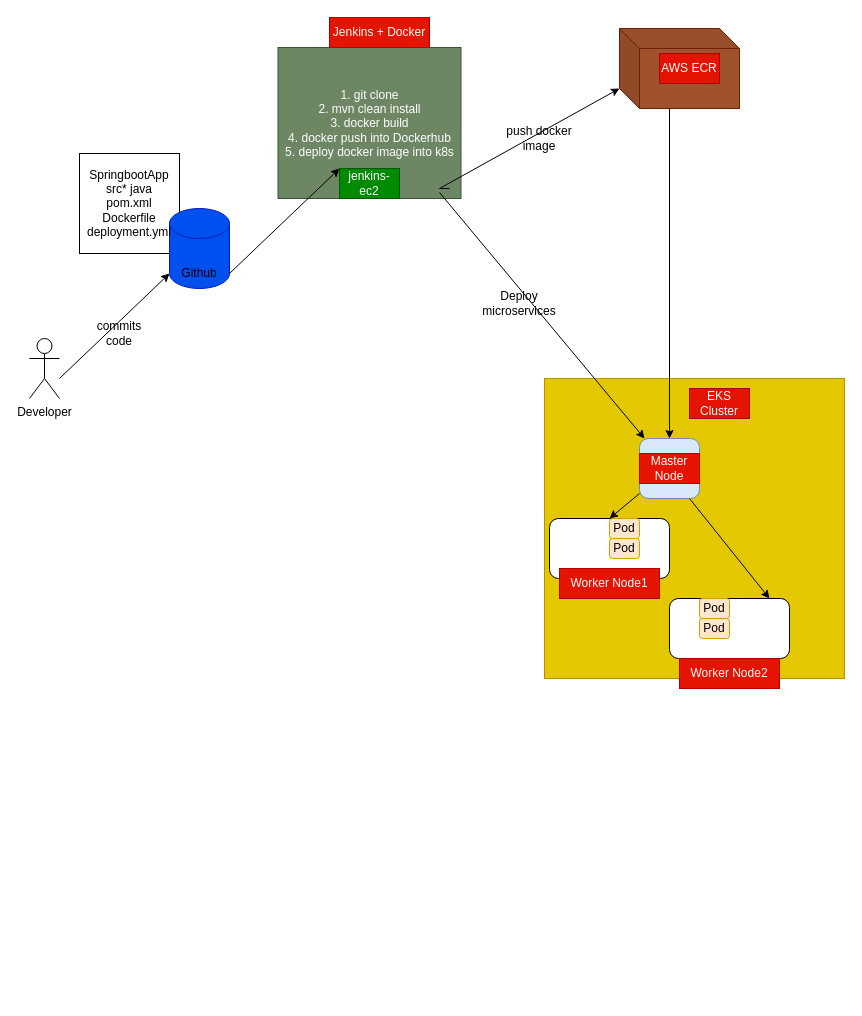
Before: Untitled Diagram.drawio in ticlacalvin/springboot-app-deploy, a draw.io diagram. Source tidied: cells renumbered, new cells numbered last; positions are measured from the earlier drawing's top-left corner, leaving out a move shared by most shapes. Both pictures are drawn from the tidied source at 100%, with x=0, y=0 at pixel (29, 17).
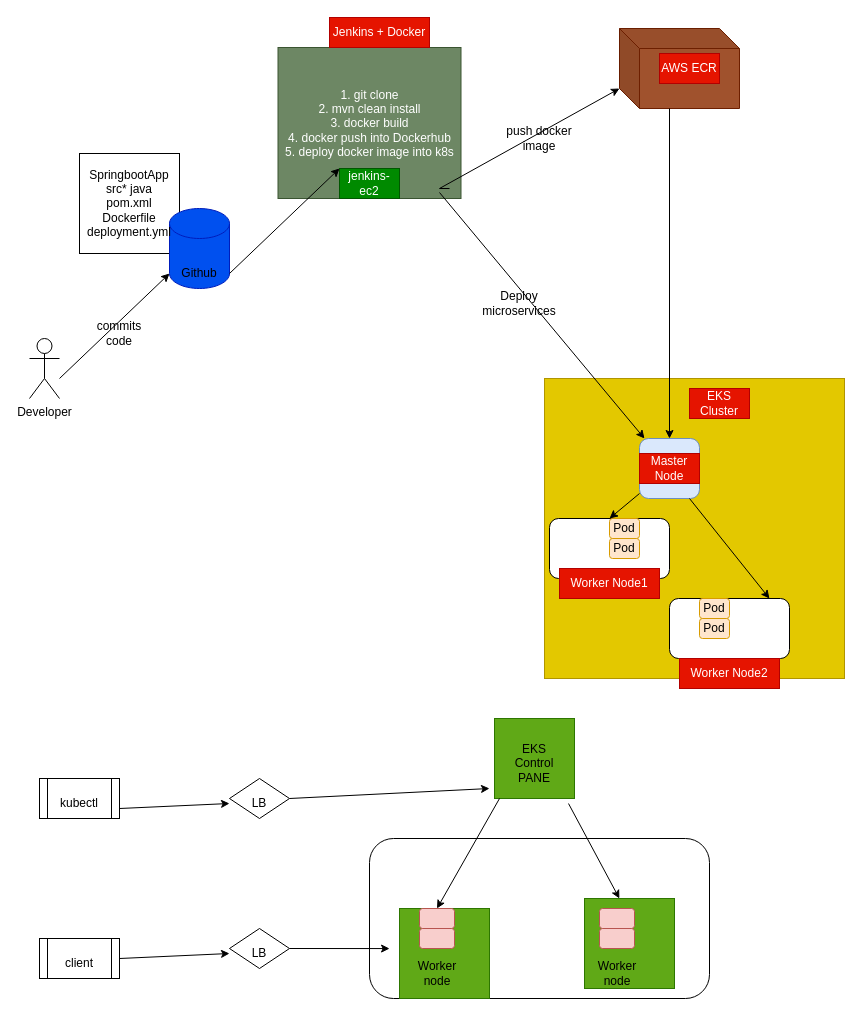
The same diagram, later.

Change to the diagram source:
```diff
@@
+    <mxCell id="34" style="rounded=1;whiteSpace=wrap;html=1;" parent="1" vertex="1">
+      <mxGeometry x="340" y="821" width="340" height="160" as="geometry" />
+    </mxCell>
@@
+    <mxCell id="35" style="whiteSpace=wrap;html=1;fillColor=#60a917;fontColor=#ffffff;strokeColor=#2D7600;" parent="1" vertex="1">
+      <mxGeometry x="465" y="701" width="80" height="80" as="geometry" />
+    </mxCell>
+    <mxCell id="36" style="whiteSpace=wrap;html=1;fillColor=#60a917;fontColor=#ffffff;strokeColor=#2D7600;" parent="1" vertex="1">
+      <mxGeometry x="370" y="891" width="90" height="90" as="geometry" />
+    </mxCell>
+    <mxCell id="37" style="whiteSpace=wrap;html=1;fillColor=#60a917;fontColor=#ffffff;strokeColor=#2D7600;" parent="1" vertex="1">
+      <mxGeometry x="555" y="881" width="90" height="90" as="geometry" />
+    </mxCell>
+    <mxCell id="38" style="shape=process;whiteSpace=wrap;html=1;backgroundOutline=1;" parent="1" vertex="1">
+      <mxGeometry x="10" y="761" width="80" height="40" as="geometry" />
+    </mxCell>
+    <mxCell id="39" style="shape=process;whiteSpace=wrap;html=1;backgroundOutline=1;" parent="1" vertex="1">
+      <mxGeometry x="10" y="921" width="80" height="40" as="geometry" />
+    </mxCell>
+    <mxCell id="40" style="rhombus;whiteSpace=wrap;html=1;" parent="1" vertex="1">
+      <mxGeometry x="200" y="761" width="60" height="40" as="geometry" />
+    </mxCell>
+    <mxCell id="41" style="rhombus;whiteSpace=wrap;html=1;" parent="1" vertex="1">
+      <mxGeometry x="200" y="911" width="60" height="40" as="geometry" />
+    </mxCell>
+    <mxCell id="42" value="kubectl" style="text;html=1;strokeColor=none;fillColor=none;align=center;verticalAlign=middle;whiteSpace=wrap;rounded=0;" parent="1" vertex="1">
+      <mxGeometry x="20" y="771" width="60" height="30" as="geometry" />
+    </mxCell>
+    <mxCell id="43" value="client" style="text;html=1;strokeColor=none;fillColor=none;align=center;verticalAlign=middle;whiteSpace=wrap;rounded=0;" parent="1" vertex="1">
+      <mxGeometry x="20" y="931" width="60" height="30" as="geometry" />
+    </mxCell>
+    <mxCell id="44" value="LB" style="text;html=1;strokeColor=none;fillColor=none;align=center;verticalAlign=middle;whiteSpace=wrap;rounded=0;" parent="1" vertex="1">
+      <mxGeometry x="200" y="771" width="60" height="30" as="geometry" />
+    </mxCell>
+    <mxCell id="45" value="LB" style="text;html=1;strokeColor=none;fillColor=none;align=center;verticalAlign=middle;whiteSpace=wrap;rounded=0;" parent="1" vertex="1">
+      <mxGeometry x="200" y="921" width="60" height="30" as="geometry" />
+    </mxCell>
+    <mxCell id="46" value="EKS Control PANE" style="text;html=1;strokeColor=none;fillColor=none;align=center;verticalAlign=middle;whiteSpace=wrap;rounded=0;" parent="1" vertex="1">
+      <mxGeometry x="475" y="731" width="60" height="30" as="geometry" />
+    </mxCell>
+    <mxCell id="47" style="rounded=1;whiteSpace=wrap;html=1;fillColor=#f8cecc;strokeColor=#b85450;" parent="1" vertex="1">
+      <mxGeometry x="570" y="891" width="35" height="20" as="geometry" />
+    </mxCell>
+    <mxCell id="48" style="rounded=1;whiteSpace=wrap;html=1;fillColor=#f8cecc;strokeColor=#b85450;" parent="1" vertex="1">
+      <mxGeometry x="390" y="891" width="35" height="20" as="geometry" />
+    </mxCell>
+    <mxCell id="49" style="rounded=1;whiteSpace=wrap;html=1;fillColor=#f8cecc;strokeColor=#b85450;" parent="1" vertex="1">
+      <mxGeometry x="390" y="911" width="35" height="20" as="geometry" />
+    </mxCell>
+    <mxCell id="50" style="rounded=1;whiteSpace=wrap;html=1;fillColor=#f8cecc;strokeColor=#b85450;" parent="1" vertex="1">
+      <mxGeometry x="570" y="911" width="35" height="20" as="geometry" />
+    </mxCell>
+    <mxCell id="51" style="endArrow=classic;html=1;rounded=0;entryX=0;entryY=0.5;entryDx=0;entryDy=0;" parent="1" edge="1" target="44">
+      <mxGeometry relative="1" as="geometry">
+        <mxPoint x="90" y="791" as="sourcePoint" />
+      </mxGeometry>
+    </mxCell>
+    <mxCell id="52" style="endArrow=classic;html=1;rounded=0;" parent="1" edge="1">
+      <mxGeometry relative="1" as="geometry">
+        <mxPoint x="260" y="781" as="sourcePoint" />
+        <mxPoint x="460" y="771" as="targetPoint" />
+      </mxGeometry>
+    </mxCell>
+    <mxCell id="53" style="endArrow=classic;html=1;rounded=0;entryX=0.059;entryY=0.688;entryDx=0;entryDy=0;entryPerimeter=0;" parent="1" edge="1" target="34">
+      <mxGeometry relative="1" as="geometry">
+        <mxPoint x="260" y="931" as="sourcePoint" />
+      </mxGeometry>
+    </mxCell>
+    <mxCell id="54" style="endArrow=classic;html=1;rounded=0;entryX=0;entryY=0.5;entryDx=0;entryDy=0;exitX=1;exitY=0.5;exitDx=0;exitDy=0;" parent="1" edge="1" source="39" target="45">
+      <mxGeometry relative="1" as="geometry" />
+    </mxCell>
+    <mxCell id="55" value="Worker node" style="text;html=1;strokeColor=none;fillColor=none;align=center;verticalAlign=middle;whiteSpace=wrap;rounded=0;" parent="1" vertex="1">
+      <mxGeometry x="377.5" y="941" width="60" height="30" as="geometry" />
+    </mxCell>
+    <mxCell id="56" value="Worker node" style="text;html=1;strokeColor=none;fillColor=none;align=center;verticalAlign=middle;whiteSpace=wrap;rounded=0;" parent="1" vertex="1">
+      <mxGeometry x="557.5" y="941" width="60" height="30" as="geometry" />
+    </mxCell>
+    <mxCell id="57" style="endArrow=classic;html=1;rounded=0;entryX=0.735;entryY=0.375;entryDx=0;entryDy=0;entryPerimeter=0;exitX=0.925;exitY=1.063;exitDx=0;exitDy=0;exitPerimeter=0;" parent="1" edge="1" source="35" target="34">
+      <mxGeometry relative="1" as="geometry" />
+    </mxCell>
+    <mxCell id="58" style="endArrow=classic;html=1;rounded=0;entryX=0.5;entryY=0;entryDx=0;entryDy=0;" parent="1" edge="1" target="48">
+      <mxGeometry relative="1" as="geometry">
+        <mxPoint x="470" y="781" as="sourcePoint" />
+      </mxGeometry>
+    </mxCell>
```
